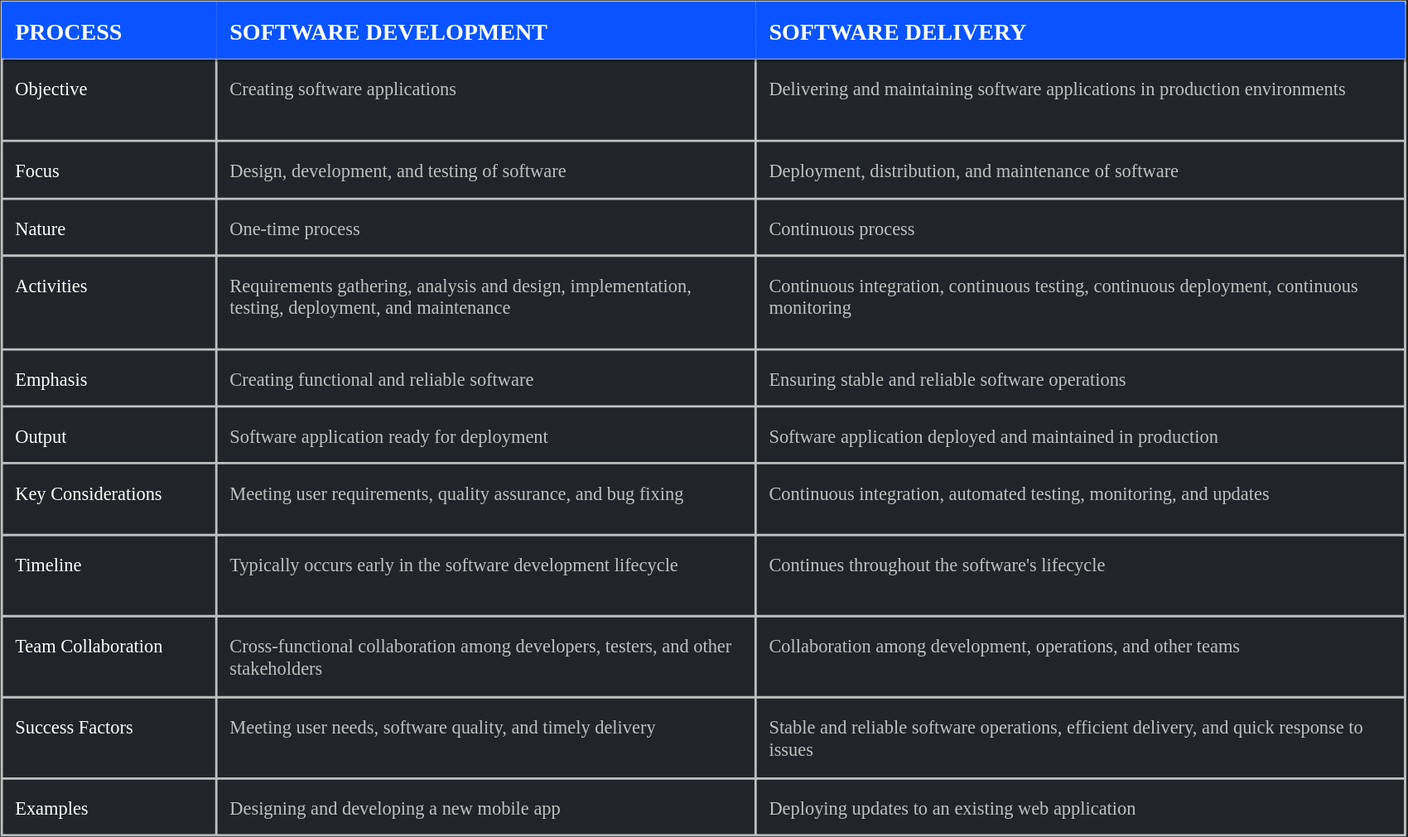
fdtechdotnet/fdtechdotnet-static-website keeps this draw.io diagram as src/assets/svg/software-development-vs-software-delivery.drawio.svg. Above is the earlier version. Source tidied: cells renumbered, new cells last; positions are measured from the earlier drawing's top-left corner, leaving out a move shared by most shapes.
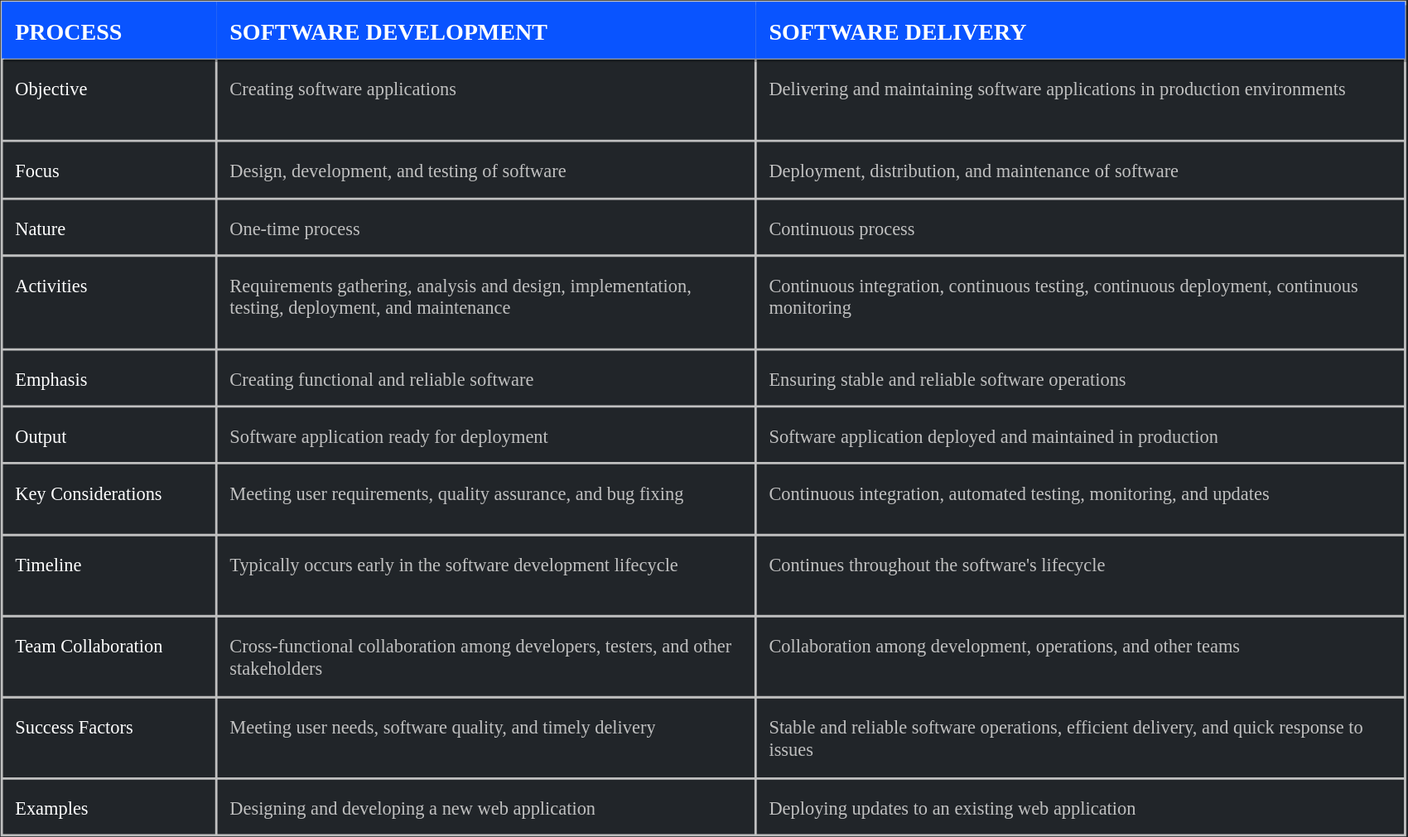
The same diagram one commit later.

The edit, as a diff of the source:
```diff
@@ -143,7 +143,7 @@
     <mxCell id="48" value="Examples" style="shape=partialRectangle;strokeColor=inherit;overflow=hidden;fillColor=none;top=0;left=0;bottom=0;right=0;fontSize=16;labelBackgroundColor=none;fontColor=#FFFFFF;fontFamily=Montserrat;fontSource=https%3A%2F%2Ffonts.googleapis.com%2Fcss%3Ffamily%3DMontserrat;verticalAlign=top;align=left;spacing=12;textDirection=ltr;labelPosition=center;verticalLabelPosition=middle;whiteSpace=wrap;" parent="47" vertex="1">
       <mxGeometry width="185" height="49" as="geometry" />
     </mxCell>
-    <mxCell id="49" value="Designing and developing a new mobile app " style="shape=partialRectangle;strokeColor=inherit;overflow=hidden;fillColor=none;top=0;left=0;bottom=0;right=0;fontSize=16;labelBackgroundColor=none;fontColor=#C0C0C0;fontFamily=Montserrat;fontSource=https%3A%2F%2Ffonts.googleapis.com%2Fcss%3Ffamily%3DMontserrat;verticalAlign=top;align=left;spacing=12;textDirection=ltr;labelPosition=center;verticalLabelPosition=middle;whiteSpace=wrap;" parent="47" vertex="1">
+    <mxCell id="49" value="Designing and developing a new web application" style="shape=partialRectangle;strokeColor=inherit;overflow=hidden;fillColor=none;top=0;left=0;bottom=0;right=0;fontSize=16;labelBackgroundColor=none;fontColor=#C0C0C0;fontFamily=Montserrat;fontSource=https%3A%2F%2Ffonts.googleapis.com%2Fcss%3Ffamily%3DMontserrat;verticalAlign=top;align=left;spacing=12;textDirection=ltr;labelPosition=center;verticalLabelPosition=middle;whiteSpace=wrap;" parent="47" vertex="1">
       <mxGeometry x="185" width="465" height="49" as="geometry" />
     </mxCell>
     <mxCell id="50" value="Deploying updates to an existing web application&#10;" style="shape=partialRectangle;strokeColor=inherit;overflow=hidden;fillColor=none;top=0;left=0;bottom=0;right=0;fontSize=16;labelBackgroundColor=none;fontColor=#C0C0C0;fontFamily=Montserrat;fontSource=https%3A%2F%2Ffonts.googleapis.com%2Fcss%3Ffamily%3DMontserrat;verticalAlign=top;align=left;spacing=12;textDirection=ltr;labelPosition=center;verticalLabelPosition=middle;whiteSpace=wrap;" parent="47" vertex="1">
```
